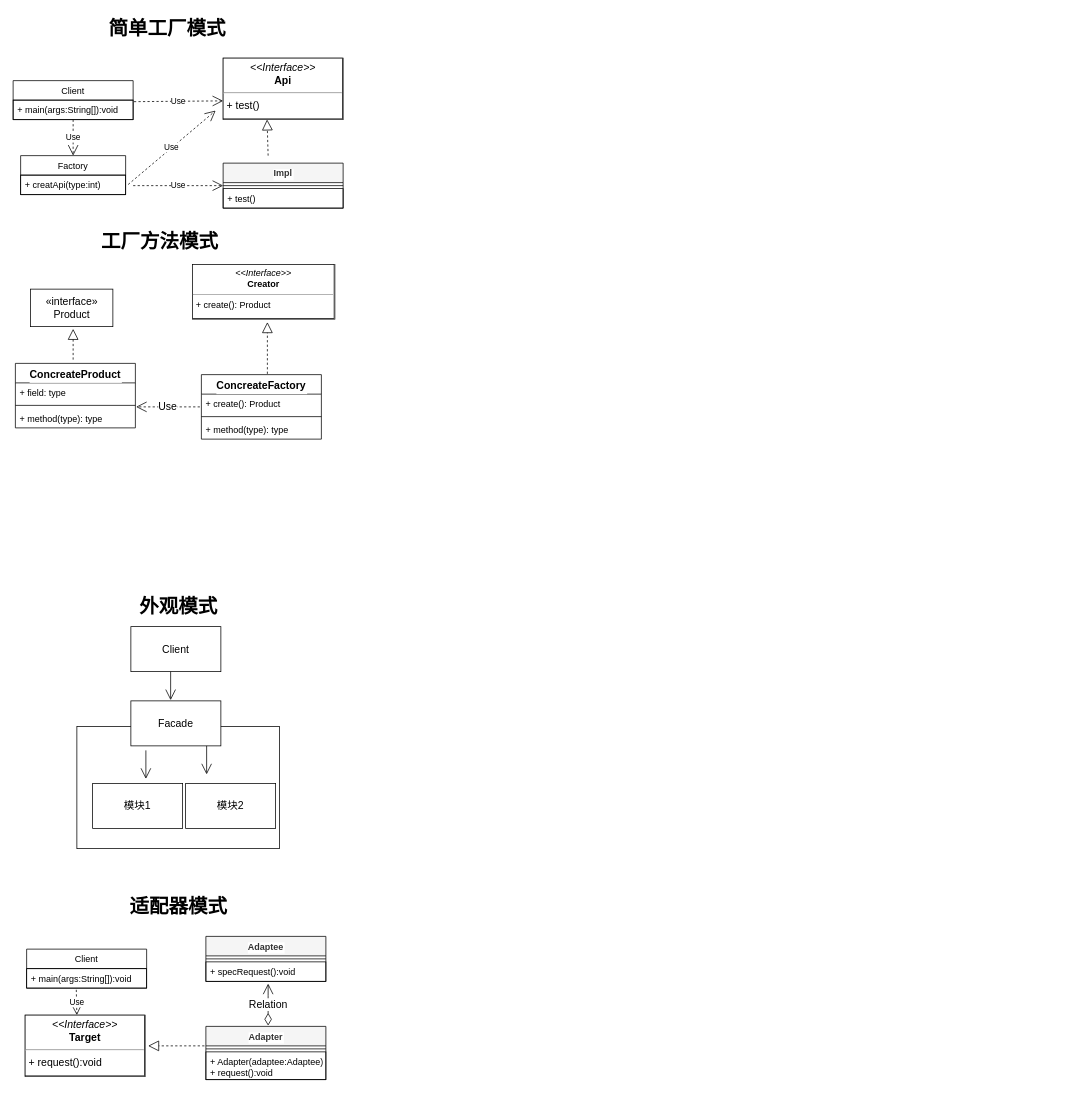
Earlier version of the draw.io diagram UML/设计模式/设计模式.drawio (lgjlife/Java-Study). Source tidied: cells renumbered, new cells numbered last; positions are measured from the earlier drawing's top-left corner, leaving out a move shared by most shapes. Both pictures are drawn from the tidied source at 75%, with x=0, y=0 at pixel (13, 13).
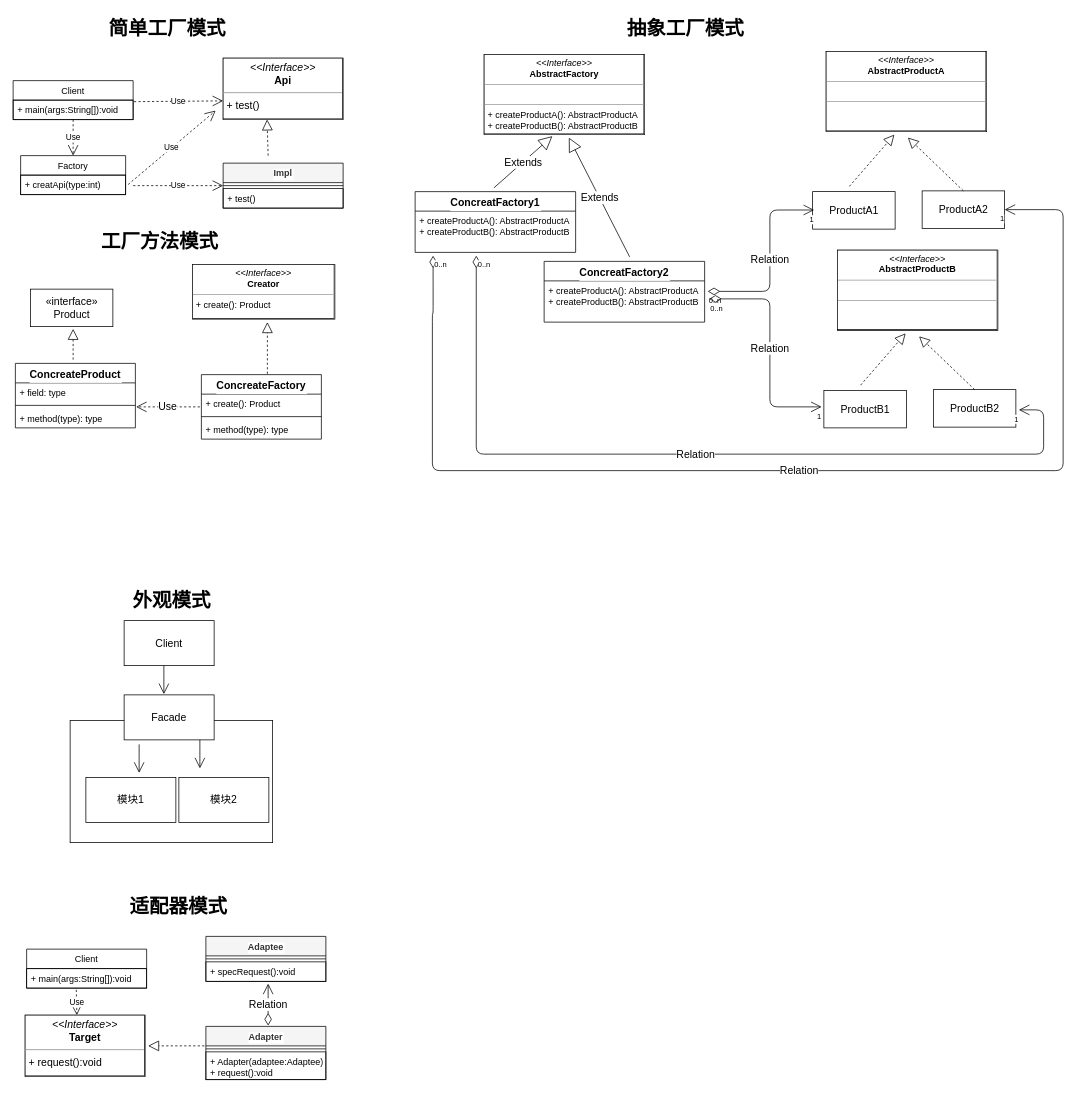
The same page after the edit.

Commit message (it also covers changes not shown here):
设计模式-抽象工厂模式

Change to the diagram source:
```diff
@@
+    <mxCell id="53" value="ConcreatFactory2" style="swimlane;fontStyle=1;align=center;verticalAlign=top;horizontal=1;startSize=26;labelBackgroundColor=#FFFFFF;strokeColor=#000000;fillColor=#FFFFFF;fontSize=14;fontColor=#000000;" parent="1" vertex="1">
+      <mxGeometry x="708" y="331" width="214" height="81" as="geometry" />
+    </mxCell>
+    <mxCell id="54" value="+ createProductA(): AbstractProductA&#10;+ createProductB(): AbstractProductB" style="text;strokeColor=none;fillColor=none;align=left;verticalAlign=top;spacingLeft=4;spacingRight=4;overflow=hidden;points=[[0,0.5],[1,0.5]];portConstraint=eastwest;fontColor=#000000;" parent="53" vertex="1">
+      <mxGeometry y="26" width="214" height="55" as="geometry" />
+    </mxCell>
+    <mxCell id="55" value="ConcreatFactory1" style="swimlane;fontStyle=1;align=center;verticalAlign=top;horizontal=1;startSize=26;labelBackgroundColor=#FFFFFF;strokeColor=#000000;fillColor=#FFFFFF;fontSize=14;fontColor=#000000;" parent="1" vertex="1">
+      <mxGeometry x="536" y="238" width="214" height="81" as="geometry" />
+    </mxCell>
+    <mxCell id="56" value="+ createProductA(): AbstractProductA&#10;+ createProductB(): AbstractProductB" style="text;strokeColor=none;fillColor=none;align=left;verticalAlign=top;spacingLeft=4;spacingRight=4;overflow=hidden;points=[[0,0.5],[1,0.5]];portConstraint=eastwest;fontColor=#000000;" parent="55" vertex="1">
+      <mxGeometry y="26" width="214" height="55" as="geometry" />
+    </mxCell>
+    <mxCell id="57" value="Extends" style="endArrow=block;endSize=16;endFill=0;html=1;labelBackgroundColor=#FFFFFF;strokeColor=#000000;fontSize=14;fontColor=#000000;" parent="55" edge="1">
+      <mxGeometry relative="1" as="geometry">
+        <mxPoint x="105" y="-5" as="sourcePoint" />
+        <mxPoint x="183" y="-74" as="targetPoint" />
+      </mxGeometry>
+    </mxCell>
     <mxCell id="16" value="Client" style="rounded=0;whiteSpace=wrap;html=1;labelBackgroundColor=#FFFFFF;strokeColor=#000000;fontSize=14;fontColor=#000000;fillColor=#FFFFFF;" parent="1" vertex="1">
-      <mxGeometry x="157" y="818" width="120" height="60" as="geometry" />
+      <mxGeometry x="148" y="810" width="120" height="60" as="geometry" />
     </mxCell>
     <mxCell id="17" style="rounded=0;whiteSpace=wrap;html=1;labelBackgroundColor=#FFFFFF;strokeColor=#000000;fontSize=14;fontColor=#000000;fillColor=#FFFFFF;" parent="1" vertex="1">
-      <mxGeometry x="85" y="951" width="270" height="163" as="geometry" />
+      <mxGeometry x="76" y="943" width="270" height="163" as="geometry" />
     </mxCell>
     <mxCell id="18" value="Facade" style="rounded=0;whiteSpace=wrap;html=1;labelBackgroundColor=#FFFFFF;strokeColor=#000000;fontSize=14;fontColor=#000000;fillColor=#FFFFFF;" parent="1" vertex="1">
-      <mxGeometry x="157" y="917" width="120" height="60" as="geometry" />
+      <mxGeometry x="148" y="909" width="120" height="60" as="geometry" />
     </mxCell>
     <mxCell id="19" value="模块2" style="rounded=0;whiteSpace=wrap;html=1;labelBackgroundColor=#FFFFFF;strokeColor=#000000;fontSize=14;fontColor=#000000;fillColor=#FFFFFF;" parent="1" vertex="1">
-      <mxGeometry x="230" y="1027" width="120" height="60" as="geometry" />
+      <mxGeometry x="221" y="1019" width="120" height="60" as="geometry" />
     </mxCell>
     <mxCell id="20" value="模块1" style="rounded=0;whiteSpace=wrap;html=1;labelBackgroundColor=#FFFFFF;strokeColor=#000000;fontSize=14;fontColor=#000000;fillColor=#FFFFFF;" parent="1" vertex="1">
-      <mxGeometry x="106" y="1027" width="120" height="60" as="geometry" />
+      <mxGeometry x="97" y="1019" width="120" height="60" as="geometry" />
     </mxCell>
     <mxCell id="21" style="endArrow=open;endFill=1;endSize=12;html=1;labelBackgroundColor=#FFFFFF;strokeColor=#000000;fontSize=14;fontColor=#000000;" parent="1" edge="1">
       <mxGeometry relative="1" as="geometry">
-        <mxPoint x="210" y="878" as="sourcePoint" />
-        <mxPoint x="210" y="916" as="targetPoint" />
+        <mxPoint x="201" y="870" as="sourcePoint" />
+        <mxPoint x="201" y="908" as="targetPoint" />
       </mxGeometry>
     </mxCell>
     <mxCell id="22" style="endArrow=open;endFill=1;endSize=12;html=1;labelBackgroundColor=#FFFFFF;strokeColor=#000000;fontSize=14;fontColor=#000000;" parent="1" edge="1">
       <mxGeometry relative="1" as="geometry">
-        <mxPoint x="258" y="977" as="sourcePoint" />
-        <mxPoint x="258" y="1015" as="targetPoint" />
+        <mxPoint x="249" y="969" as="sourcePoint" />
+        <mxPoint x="249" y="1007" as="targetPoint" />
       </mxGeometry>
     </mxCell>
     <mxCell id="23" style="endArrow=open;endFill=1;endSize=12;html=1;labelBackgroundColor=#FFFFFF;strokeColor=#000000;fontSize=14;fontColor=#000000;" parent="1" edge="1">
       <mxGeometry relative="1" as="geometry">
-        <mxPoint x="177" y="983" as="sourcePoint" />
-        <mxPoint x="177" y="1021" as="targetPoint" />
+        <mxPoint x="168" y="975" as="sourcePoint" />
+        <mxPoint x="168" y="1013" as="targetPoint" />
       </mxGeometry>
     </mxCell>
     <mxCell id="24" value="外观模式" style="text;html=1;align=center;verticalAlign=middle;fontStyle=1;fontSize=26;strokeColor=none;fontColor=#000000;" parent="1" vertex="1">
-      <mxGeometry x="163" y="773" width="114" height="35" as="geometry" />
+      <mxGeometry x="154" y="765" width="114" height="35" as="geometry" />
     </mxCell>
@@
+    <mxCell id="58" value="&lt;p style=&quot;margin: 0px ; margin-top: 4px ; text-align: center&quot;&gt;&lt;i&gt;&amp;lt;&amp;lt;Interface&amp;gt;&amp;gt;&lt;/i&gt;&lt;br&gt;&lt;b&gt;AbstractFactory&lt;/b&gt;&lt;/p&gt;&lt;hr size=&quot;1&quot;&gt;&lt;p style=&quot;margin: 0px ; margin-left: 4px&quot;&gt;&lt;br&gt;&lt;/p&gt;&lt;hr size=&quot;1&quot;&gt;&lt;p style=&quot;margin: 0px ; margin-left: 4px&quot;&gt;+ createProductA(): AbstractProductA&lt;br&gt;+ createProductB(): AbstractProductB&lt;/p&gt;" style="verticalAlign=top;align=left;overflow=fill;fontSize=12;fontFamily=Helvetica;html=1;labelBackgroundColor=#FFFFFF;strokeColor=#000000;fillColor=#FFFFFF;fontColor=#000000;labelBorderColor=#000000;" parent="1" vertex="1">
+      <mxGeometry x="628" y="55" width="214" height="107" as="geometry" />
+    </mxCell>
+    <mxCell id="59" value="抽象工厂模式" style="text;html=1;align=center;verticalAlign=middle;fontStyle=1;fontSize=26;strokeColor=none;fontColor=#000000;" parent="1" vertex="1">
+      <mxGeometry x="813" y="3" width="166" height="35" as="geometry" />
+    </mxCell>
+    <mxCell id="60" value="Extends" style="endArrow=block;endSize=16;endFill=0;html=1;labelBackgroundColor=#FFFFFF;strokeColor=#000000;fontSize=14;fontColor=#000000;" parent="1" edge="1">
+      <mxGeometry relative="1" as="geometry">
+        <mxPoint x="822" y="325" as="sourcePoint" />
+        <mxPoint x="741" y="166" as="targetPoint" />
+      </mxGeometry>
+    </mxCell>
+    <mxCell id="61" value="&lt;p style=&quot;margin: 0px ; margin-top: 4px ; text-align: center&quot;&gt;&lt;i&gt;&amp;lt;&amp;lt;Interface&amp;gt;&amp;gt;&lt;/i&gt;&lt;br&gt;&lt;b&gt;AbstractProductA&lt;/b&gt;&lt;/p&gt;&lt;hr size=&quot;1&quot;&gt;&lt;p style=&quot;margin: 0px ; margin-left: 4px&quot;&gt;&lt;br&gt;&lt;/p&gt;&lt;hr size=&quot;1&quot;&gt;&lt;p style=&quot;margin: 0px ; margin-left: 4px&quot;&gt;&lt;br&gt;&lt;/p&gt;" style="verticalAlign=top;align=left;overflow=fill;fontSize=12;fontFamily=Helvetica;html=1;labelBackgroundColor=#FFFFFF;strokeColor=#000000;fillColor=#FFFFFF;fontColor=#000000;labelBorderColor=#000000;" parent="1" vertex="1">
+      <mxGeometry x="1084" y="51" width="214" height="107" as="geometry" />
+    </mxCell>
+    <mxCell id="62" value="ProductA1" style="html=1;labelBackgroundColor=#FFFFFF;strokeColor=#000000;fillColor=#FFFFFF;fontSize=14;fontColor=#000000;" parent="1" vertex="1">
+      <mxGeometry x="1066" y="238" width="110" height="50" as="geometry" />
+    </mxCell>
+    <mxCell id="63" value="ProductA2" style="html=1;labelBackgroundColor=#FFFFFF;strokeColor=#000000;fillColor=#FFFFFF;fontSize=14;fontColor=#000000;" parent="1" vertex="1">
+      <mxGeometry x="1212" y="237" width="110" height="50" as="geometry" />
+    </mxCell>
+    <mxCell id="64" style="endArrow=block;dashed=1;endFill=0;endSize=12;html=1;labelBackgroundColor=#FFFFFF;strokeColor=#000000;fontSize=14;fontColor=#000000;" parent="1" edge="1">
+      <mxGeometry relative="1" as="geometry">
+        <mxPoint x="1115" y="231" as="sourcePoint" />
+        <mxPoint x="1175" y="162" as="targetPoint" />
+      </mxGeometry>
+    </mxCell>
+    <mxCell id="65" style="endArrow=block;dashed=1;endFill=0;endSize=12;html=1;labelBackgroundColor=#FFFFFF;strokeColor=#000000;fontSize=14;fontColor=#000000;exitX=0.5;exitY=0;exitDx=0;exitDy=0;" parent="1" edge="1" source="63">
+      <mxGeometry relative="1" as="geometry">
+        <mxPoint x="1193" y="166" as="targetPoint" />
+      </mxGeometry>
+    </mxCell>
+    <mxCell id="66" value="&lt;p style=&quot;margin: 0px ; margin-top: 4px ; text-align: center&quot;&gt;&lt;i&gt;&amp;lt;&amp;lt;Interface&amp;gt;&amp;gt;&lt;/i&gt;&lt;br&gt;&lt;b&gt;AbstractProductB&lt;/b&gt;&lt;/p&gt;&lt;hr size=&quot;1&quot;&gt;&lt;p style=&quot;margin: 0px ; margin-left: 4px&quot;&gt;&lt;br&gt;&lt;/p&gt;&lt;hr size=&quot;1&quot;&gt;&lt;p style=&quot;margin: 0px ; margin-left: 4px&quot;&gt;&lt;br&gt;&lt;/p&gt;" style="verticalAlign=top;align=left;overflow=fill;fontSize=12;fontFamily=Helvetica;html=1;labelBackgroundColor=#FFFFFF;strokeColor=#000000;fillColor=#FFFFFF;fontColor=#000000;labelBorderColor=#000000;" parent="1" vertex="1">
+      <mxGeometry x="1099" y="316" width="214" height="107" as="geometry" />
+    </mxCell>
+    <mxCell id="67" value="ProductB1" style="html=1;labelBackgroundColor=#FFFFFF;strokeColor=#000000;fillColor=#FFFFFF;fontSize=14;fontColor=#000000;" parent="1" vertex="1">
+      <mxGeometry x="1081" y="503" width="110" height="50" as="geometry" />
+    </mxCell>
+    <mxCell id="68" value="ProductB2" style="html=1;labelBackgroundColor=#FFFFFF;strokeColor=#000000;fillColor=#FFFFFF;fontSize=14;fontColor=#000000;" parent="1" vertex="1">
+      <mxGeometry x="1227" y="502" width="110" height="50" as="geometry" />
+    </mxCell>
+    <mxCell id="69" style="endArrow=block;dashed=1;endFill=0;endSize=12;html=1;labelBackgroundColor=#FFFFFF;strokeColor=#000000;fontSize=14;fontColor=#000000;" parent="1" edge="1">
+      <mxGeometry relative="1" as="geometry">
+        <mxPoint x="1130" y="496" as="sourcePoint" />
+        <mxPoint x="1190" y="427" as="targetPoint" />
+      </mxGeometry>
+    </mxCell>
+    <mxCell id="70" style="endArrow=block;dashed=1;endFill=0;endSize=12;html=1;labelBackgroundColor=#FFFFFF;strokeColor=#000000;fontSize=14;fontColor=#000000;exitX=0.5;exitY=0;exitDx=0;exitDy=0;" parent="1" edge="1" source="68">
+      <mxGeometry relative="1" as="geometry">
+        <mxPoint x="1208" y="431" as="targetPoint" />
+      </mxGeometry>
+    </mxCell>
+    <mxCell id="71" value="Relation" style="endArrow=open;html=1;endSize=12;startArrow=diamondThin;startSize=14;startFill=0;edgeStyle=orthogonalEdgeStyle;labelBackgroundColor=#FFFFFF;strokeColor=#000000;fontSize=14;fontColor=#000000;exitX=1.019;exitY=0.255;exitDx=0;exitDy=0;exitPerimeter=0;" parent="1" edge="1" source="54">
+      <mxGeometry relative="1" as="geometry">
+        <mxPoint x="1068" y="262.5" as="targetPoint" />
+        <Array as="points">
+          <mxPoint x="1009" y="371" />
+          <mxPoint x="1009" y="263" />
+        </Array>
+      </mxGeometry>
+    </mxCell>
+    <mxCell id="72" value="0..n" style="html=1;align=left;verticalAlign=top;labelBackgroundColor=#ffffff;fontSize=10;" parent="71" vertex="1">
+      <mxGeometry x="-1" relative="1" as="geometry" />
+    </mxCell>
+    <mxCell id="73" value="1" style="html=1;align=right;verticalAlign=top;labelBackgroundColor=#ffffff;fontSize=10;" parent="71" vertex="1">
+      <mxGeometry x="1" relative="1" as="geometry" />
+    </mxCell>
+    <mxCell id="74" value="Relation" style="endArrow=open;html=1;endSize=12;startArrow=diamondThin;startSize=14;startFill=0;edgeStyle=orthogonalEdgeStyle;labelBackgroundColor=#FFFFFF;strokeColor=#000000;fontSize=14;fontColor=#000000;" parent="1" edge="1">
+      <mxGeometry relative="1" as="geometry">
+        <mxPoint x="928" y="381" as="sourcePoint" />
+        <mxPoint x="1078" y="525" as="targetPoint" />
+        <Array as="points">
+          <mxPoint x="1009" y="381" />
+          <mxPoint x="1009" y="525" />
+        </Array>
+      </mxGeometry>
+    </mxCell>
+    <mxCell id="75" value="0..n" style="html=1;align=left;verticalAlign=top;labelBackgroundColor=#ffffff;fontSize=10;" parent="74" vertex="1">
+      <mxGeometry x="-1" relative="1" as="geometry" />
+    </mxCell>
+    <mxCell id="76" value="1" style="html=1;align=right;verticalAlign=top;labelBackgroundColor=#ffffff;fontSize=10;" parent="74" vertex="1">
+      <mxGeometry x="1" relative="1" as="geometry" />
+    </mxCell>
+    <mxCell id="77" value="Relation" style="endArrow=open;html=1;endSize=12;startArrow=diamondThin;startSize=14;startFill=0;edgeStyle=orthogonalEdgeStyle;labelBackgroundColor=#FFFFFF;strokeColor=#000000;fontSize=14;fontColor=#000000;exitX=0.381;exitY=1.08;exitDx=0;exitDy=0;exitPerimeter=0;" parent="1" edge="1" source="56">
+      <mxGeometry relative="1" as="geometry">
+        <mxPoint x="1341" y="529" as="targetPoint" />
+        <Array as="points">
+          <mxPoint x="618" y="588" />
+          <mxPoint x="1374" y="588" />
+          <mxPoint x="1374" y="529" />
+        </Array>
+      </mxGeometry>
+    </mxCell>
+    <mxCell id="78" value="0..n" style="html=1;align=left;verticalAlign=top;labelBackgroundColor=#ffffff;fontSize=10;" parent="77" vertex="1">
+      <mxGeometry x="-1" relative="1" as="geometry" />
+    </mxCell>
+    <mxCell id="79" value="1" style="html=1;align=right;verticalAlign=top;labelBackgroundColor=#ffffff;fontSize=10;" parent="77" vertex="1">
+      <mxGeometry x="1" relative="1" as="geometry" />
+    </mxCell>
+    <mxCell id="80" value="Relation" style="endArrow=open;html=1;endSize=12;startArrow=diamondThin;startSize=14;startFill=0;edgeStyle=orthogonalEdgeStyle;labelBackgroundColor=#FFFFFF;strokeColor=#000000;fontSize=14;fontColor=#000000;exitX=0.112;exitY=1.08;exitDx=0;exitDy=0;exitPerimeter=0;entryX=1;entryY=0.5;entryDx=0;entryDy=0;" parent="1" edge="1" source="56" target="63">
+      <mxGeometry relative="1" as="geometry">
+        <Array as="points">
+          <mxPoint x="560" y="401" />
+          <mxPoint x="559" y="610" />
+          <mxPoint x="1400" y="610" />
+          <mxPoint x="1400" y="262" />
+        </Array>
+      </mxGeometry>
+    </mxCell>
+    <mxCell id="81" value="0..n" style="html=1;align=left;verticalAlign=top;labelBackgroundColor=#ffffff;fontSize=10;" parent="80" vertex="1">
+      <mxGeometry x="-1" relative="1" as="geometry" />
+    </mxCell>
+    <mxCell id="82" value="1" style="html=1;align=right;verticalAlign=top;labelBackgroundColor=#ffffff;fontSize=10;" parent="80" vertex="1">
+      <mxGeometry x="1" relative="1" as="geometry" />
+    </mxCell>
```
